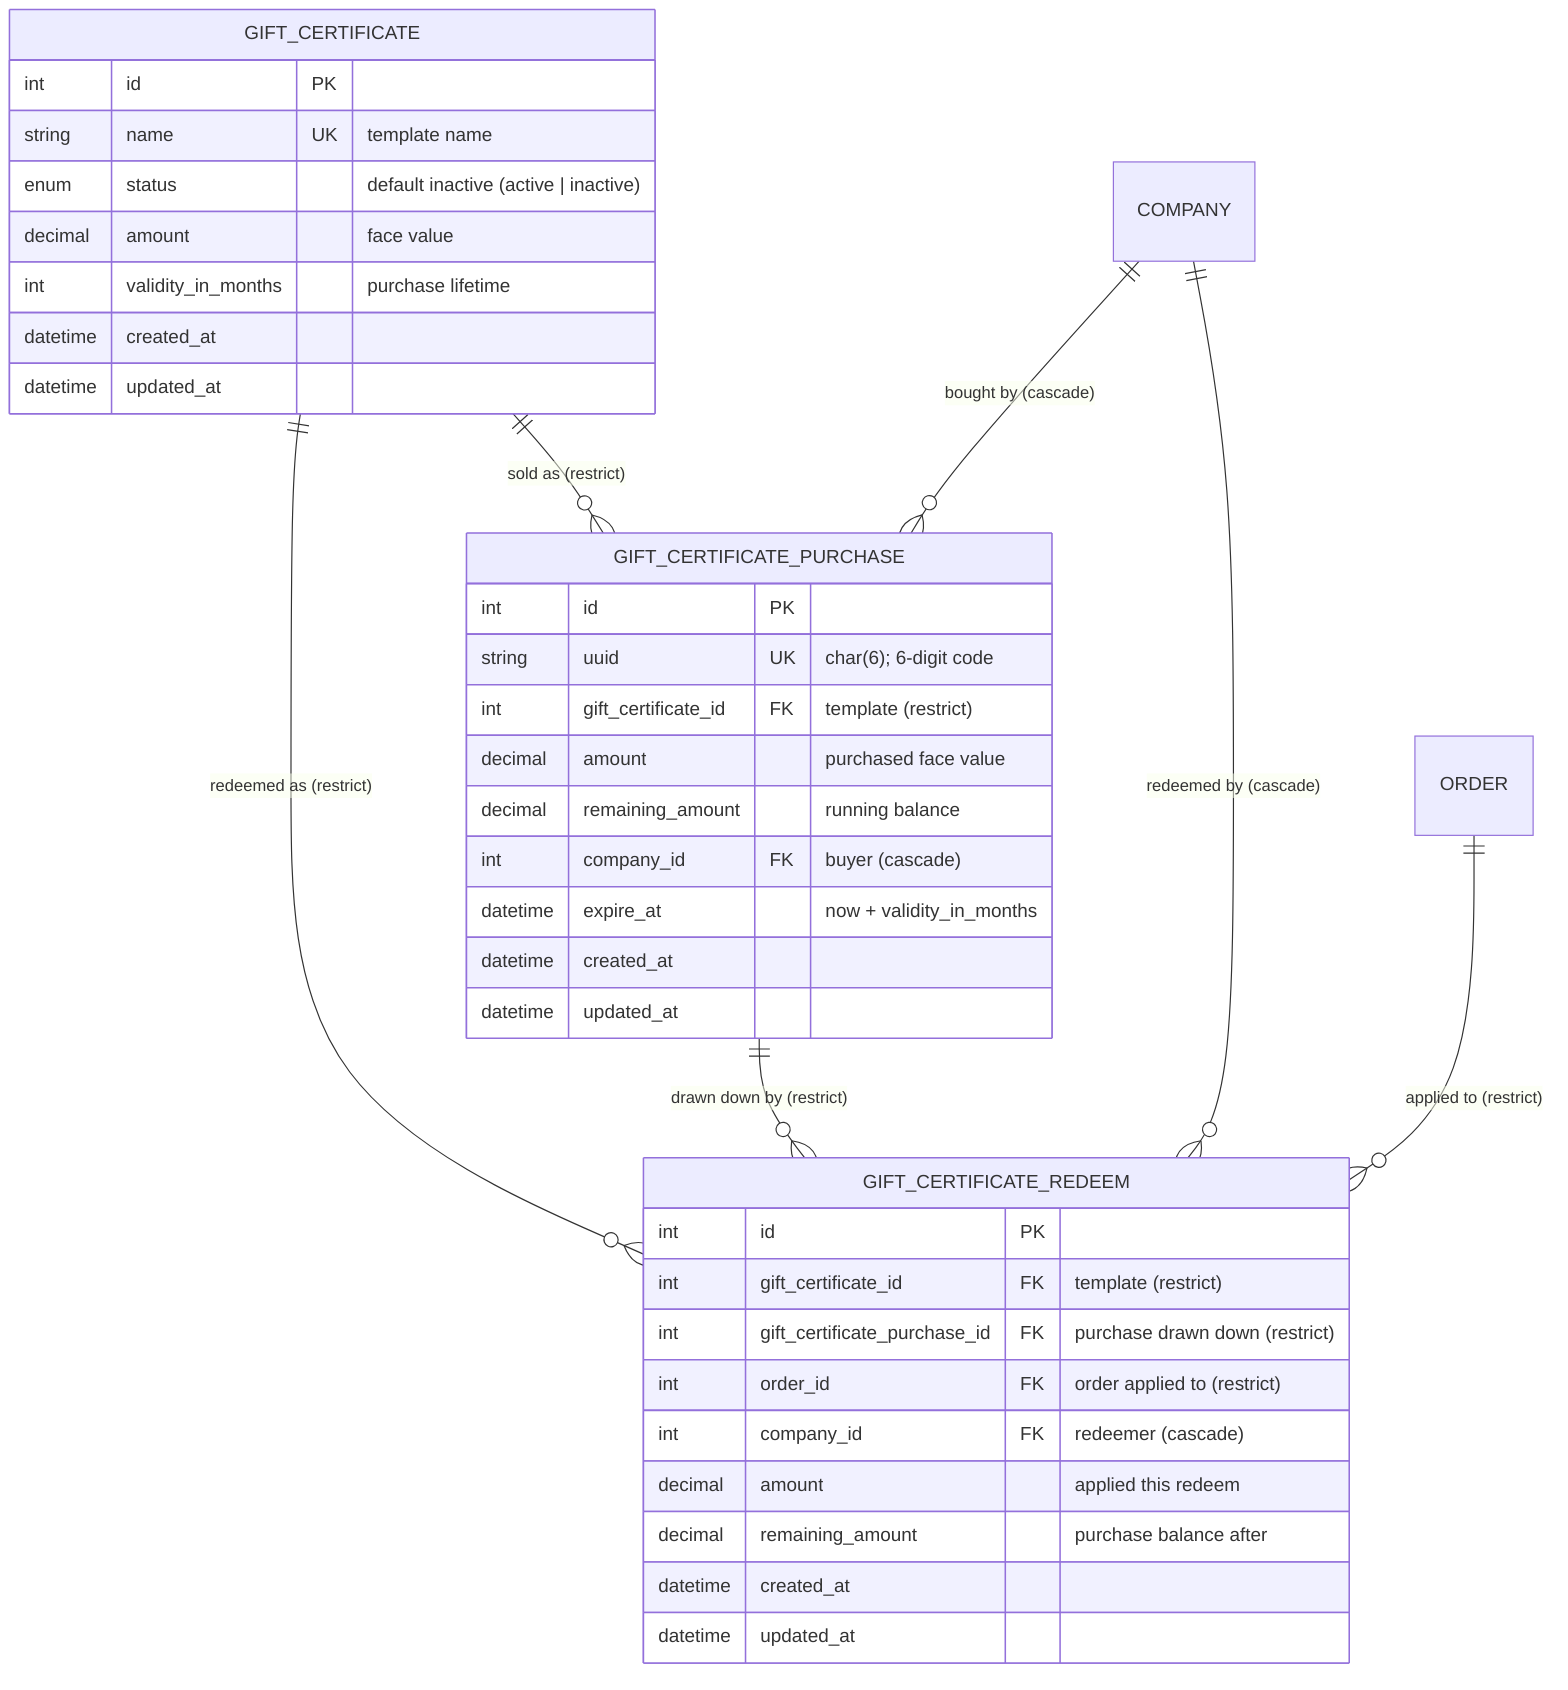
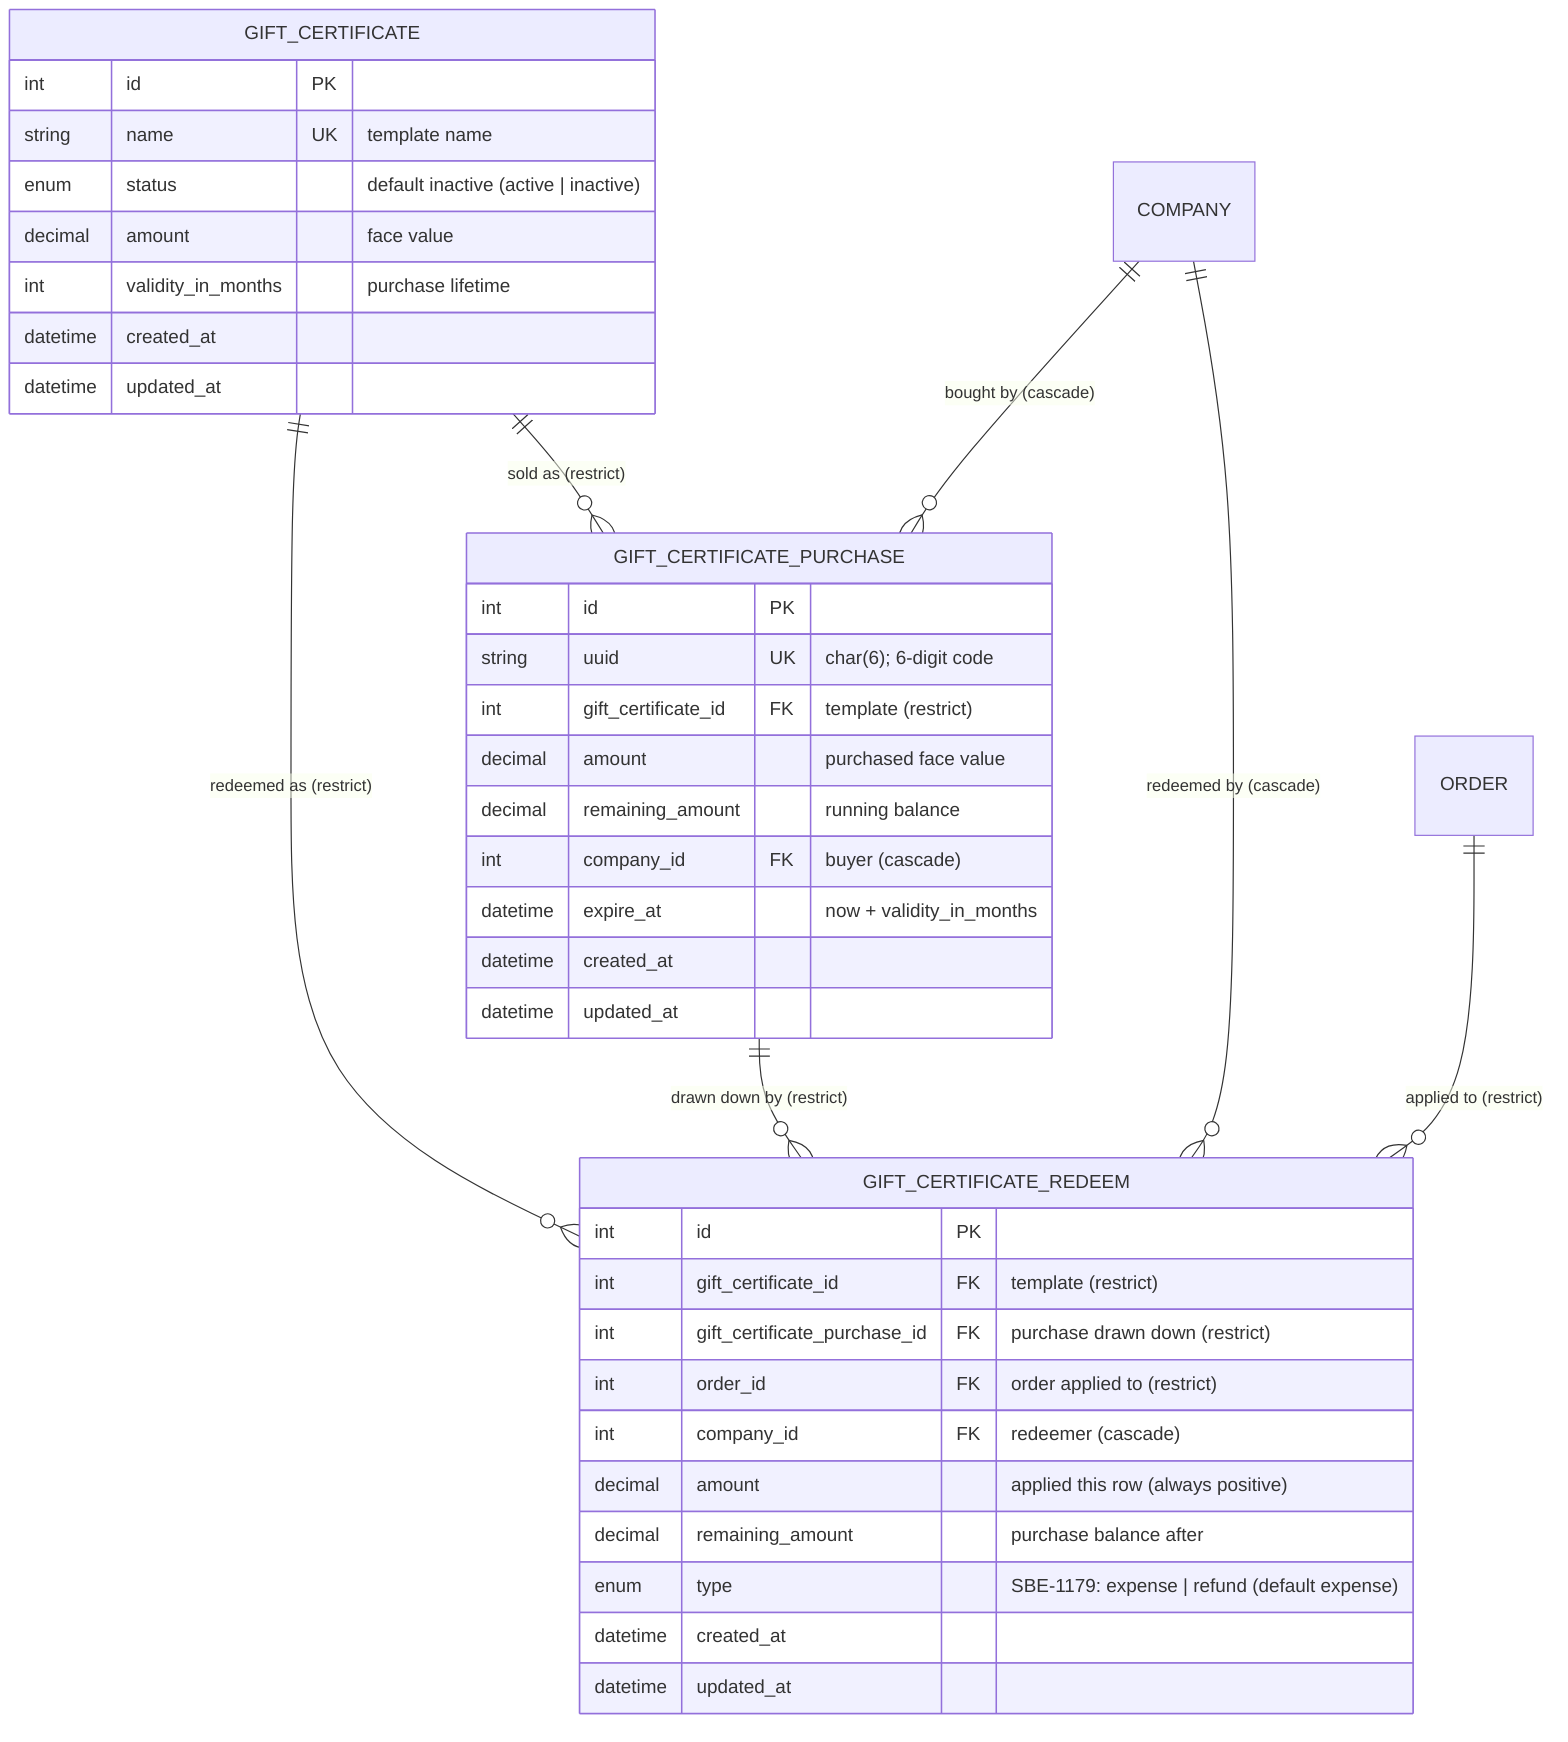
erDiagram
    GIFT_CERTIFICATE             ||--o{ GIFT_CERTIFICATE_PURCHASE : "sold as (restrict)"
    GIFT_CERTIFICATE             ||--o{ GIFT_CERTIFICATE_REDEEM : "redeemed as (restrict)"
    GIFT_CERTIFICATE_PURCHASE    ||--o{ GIFT_CERTIFICATE_REDEEM : "drawn down by (restrict)"
    COMPANY                      ||--o{ GIFT_CERTIFICATE_PURCHASE : "bought by (cascade)"
    COMPANY                      ||--o{ GIFT_CERTIFICATE_REDEEM : "redeemed by (cascade)"
    ORDER                        ||--o{ GIFT_CERTIFICATE_REDEEM : "applied to (restrict)"

    GIFT_CERTIFICATE {
        int id PK
        string name UK "template name"
        enum status "default inactive (active | inactive)"
        decimal amount "face value"
        int validity_in_months "purchase lifetime"
        datetime created_at
        datetime updated_at
    }

    GIFT_CERTIFICATE_PURCHASE {
        int id PK
        string uuid UK "char(6); 6-digit code"
        int gift_certificate_id FK "template (restrict)"
        decimal amount "purchased face value"
        decimal remaining_amount "running balance"
        int company_id FK "buyer (cascade)"
        datetime expire_at "now + validity_in_months"
        datetime created_at
        datetime updated_at
    }

    GIFT_CERTIFICATE_REDEEM {
        int id PK
        int gift_certificate_id FK "template (restrict)"
        int gift_certificate_purchase_id FK "purchase drawn down (restrict)"
        int order_id FK "order applied to (restrict)"
        int company_id FK "redeemer (cascade)"
-         decimal amount "applied this redeem"
+         decimal amount "applied this row (always positive)"
        decimal remaining_amount "purchase balance after"
+         enum type "SBE-1179: expense | refund (default expense)"
        datetime created_at
        datetime updated_at
    }
